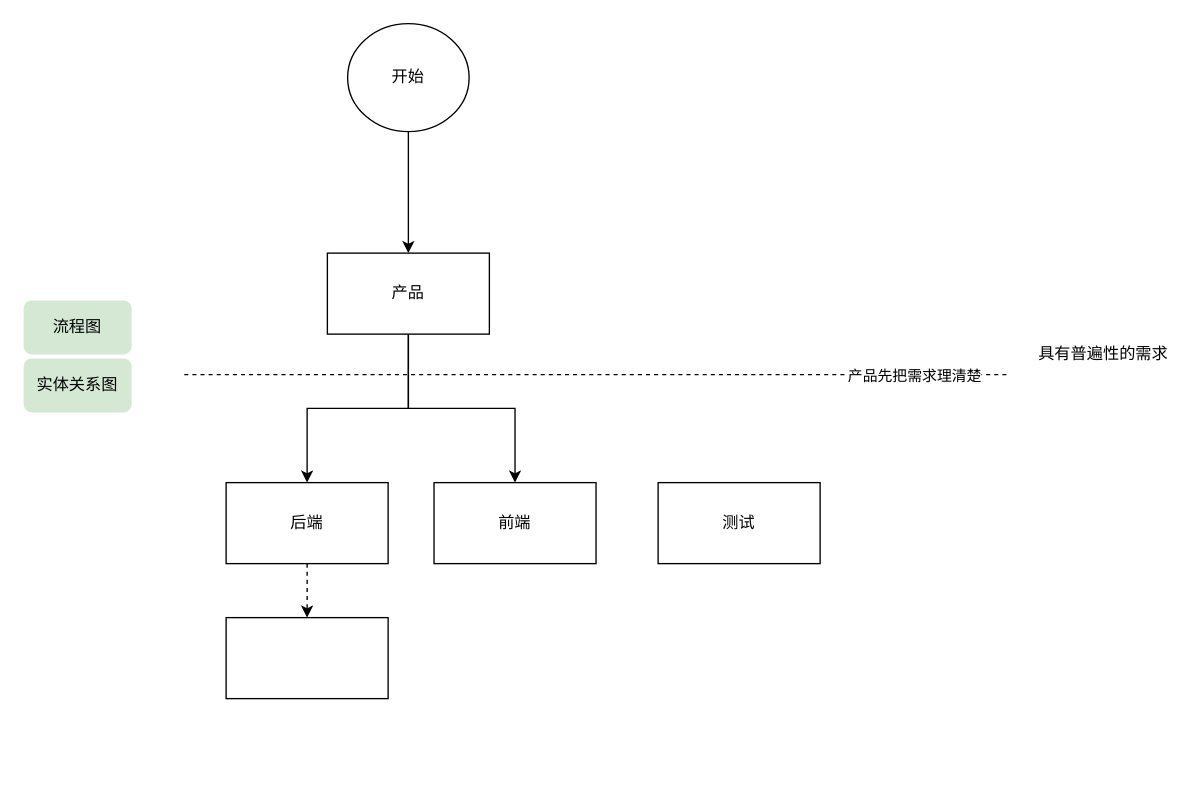
Earlier version of the draw.io diagram 协调/20210424目前遇到的坑.drawio (gongyao1992/draw). Source tidied: cells renumbered, new cells numbered last; positions are measured from the earlier drawing's top-left corner, leaving out a move shared by most shapes. Both pictures are drawn from the tidied source at 135%, with x=0, y=0 at pixel (23, 23).
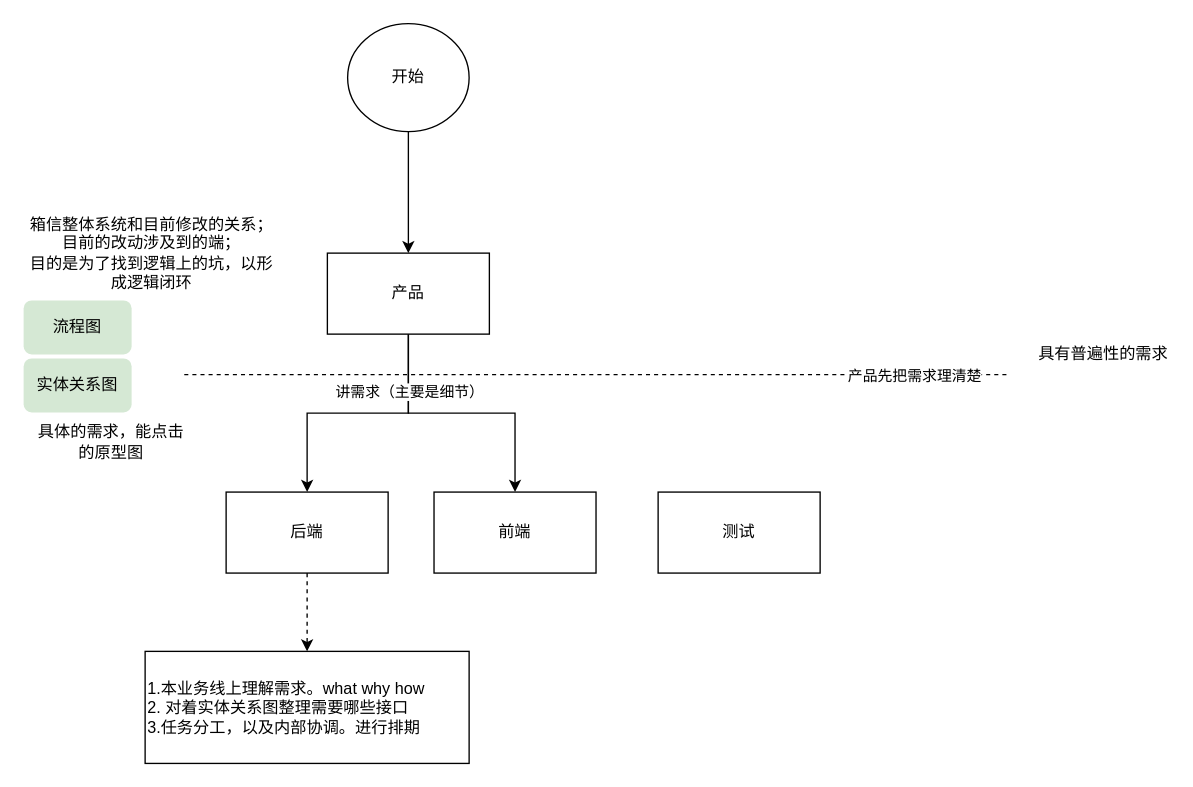
After the change.

Commit message (it also covers changes not shown here):
更新协调/20210424目前遇到的坑.drawio

Unchanged cells that the change refers to:
```xml
<mxCell id="5" style="edgeStyle=orthogonalEdgeStyle;rounded=0;jettySize=auto;html=1;exitX=0.5;exitY=1;exitDx=0;exitDy=0;entryX=0.5;entryY=0;entryDx=0;entryDy=0;" parent="1" edge="1" source="6" target="9">
  <mxGeometry relative="1" as="geometry" />
</mxCell>
```

Change to the diagram source:
```diff
@@
+    <mxCell id="17" value="讲需求（主要是细节）" style="edgeLabel;html=1;align=center;verticalAlign=middle;" parent="5" vertex="1">
+      <mxGeometry x="-0.57" relative="1" as="geometry" />
+    </mxCell>
@@
     <mxCell id="8" value="后端" style="whiteSpace=wrap;html=1;" parent="1" vertex="1">
-      <mxGeometry x="150" y="340" width="120" height="60" as="geometry" />
+      <mxGeometry x="150" y="347" width="120" height="60" as="geometry" />
     </mxCell>
     <mxCell id="9" value="前端" style="whiteSpace=wrap;html=1;" parent="1" vertex="1">
-      <mxGeometry x="304" y="340" width="120" height="60" as="geometry" />
+      <mxGeometry x="304" y="347" width="120" height="60" as="geometry" />
     </mxCell>
     <mxCell id="10" value="测试" style="whiteSpace=wrap;html=1;" parent="1" vertex="1">
-      <mxGeometry x="470" y="340" width="120" height="60" as="geometry" />
+      <mxGeometry x="470" y="347" width="120" height="60" as="geometry" />
     </mxCell>
@@
-    <mxCell id="14" style="whiteSpace=wrap;html=1;" parent="1" vertex="1">
-      <mxGeometry x="150" y="440" width="120" height="60" as="geometry" />
+    <mxCell id="14" value="1.本业务线上理解需求。what why how&lt;br&gt;2. 对着实体关系图整理需要哪些接口&lt;br&gt;3.任务分工，以及内部协调。进行排期" style="whiteSpace=wrap;html=1;align=left;" parent="1" vertex="1">
+      <mxGeometry x="90" y="465" width="240" height="83" as="geometry" />
     </mxCell>
@@
+    <mxCell id="18" value="箱信整体系统和目前修改的关系；目前的改动涉及到的端；&lt;br&gt;目的是为了找到逻辑上的坑，以形成逻辑闭环" style="text;html=1;strokeColor=none;fillColor=none;align=center;verticalAlign=middle;whiteSpace=wrap;rounded=0;" parent="1" vertex="1">
+      <mxGeometry y="150" width="190" height="40" as="geometry" />
+    </mxCell>
+    <mxCell id="19" value="具体的需求，能点击的原型图" style="text;html=1;strokeColor=none;fillColor=none;align=center;verticalAlign=middle;whiteSpace=wrap;rounded=0;" parent="1" vertex="1">
+      <mxGeometry x="10" y="300" width="110" height="20" as="geometry" />
+    </mxCell>
```
